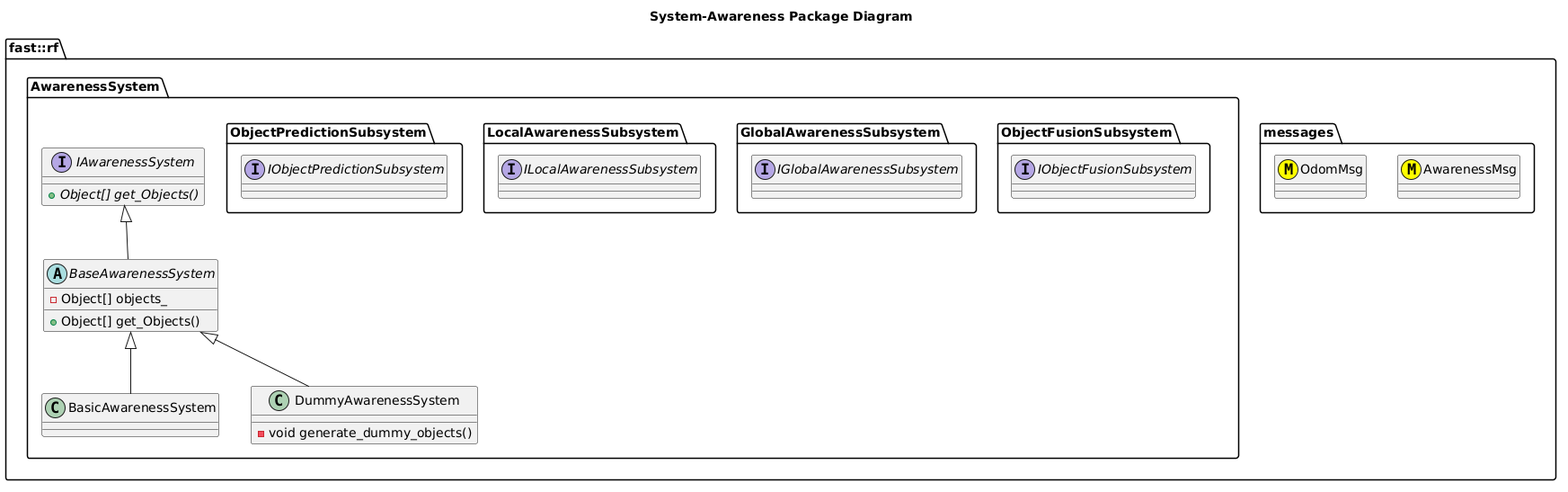
Earlier version of the PlantUML export Systems/Awareness/doc/puml/SystemAwarenessPackageDiagram.png (fastrobotics/robot_framework).
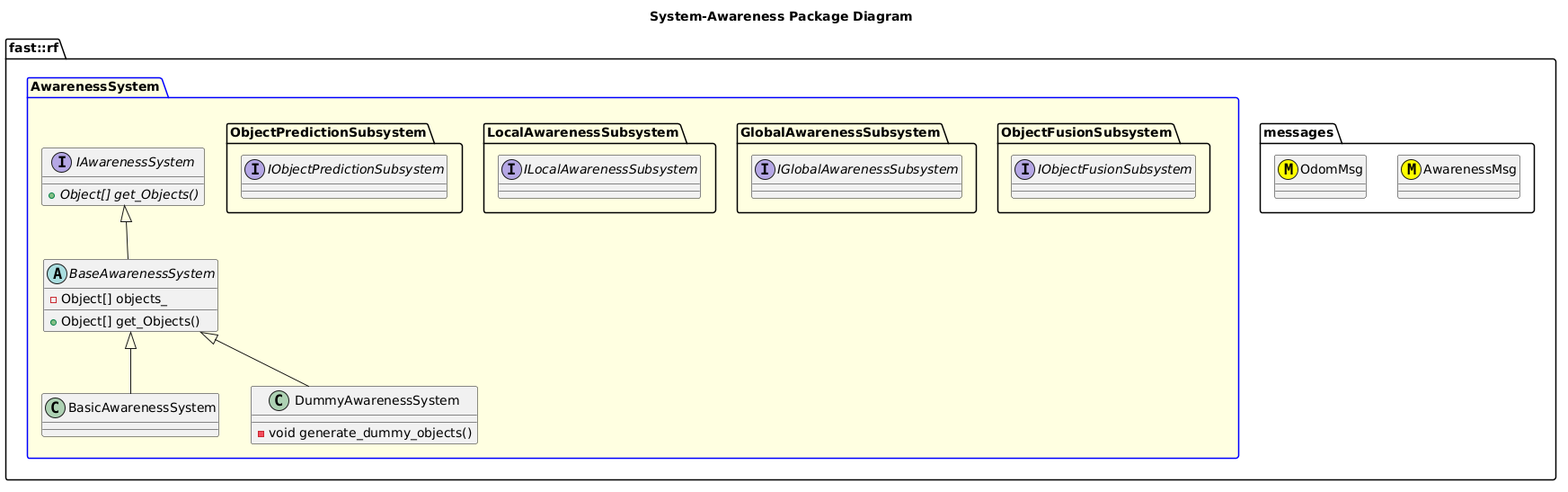
After the change.

Diff of the diagram source:
```diff
@@ -6,7 +6,7 @@
     class AwarenessMsg <<(M,#FFFF00) >>
     class OdomMsg <<(M,#FFFF00) >>
   }
-  namespace AwarenessSystem {
+  package AwarenessSystem #LightYellow;line:blue {
     together {
       namespace ObjectFusionSubsystem {
         interface IObjectFusionSubsystem
```
